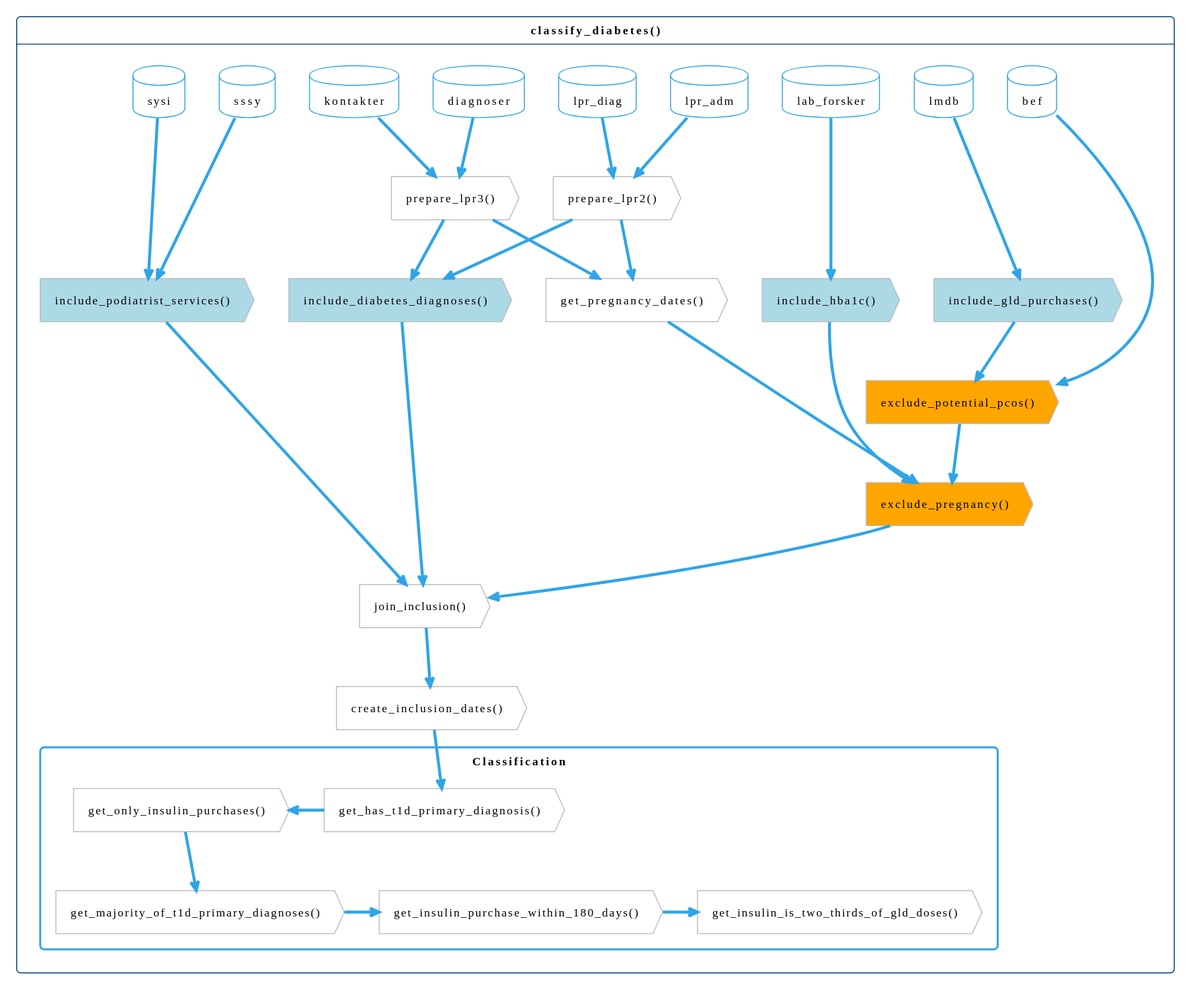
The PlantUML diagram vignettes/articles/function-flow.svg in steno-aarhus/osdc, before a commit.
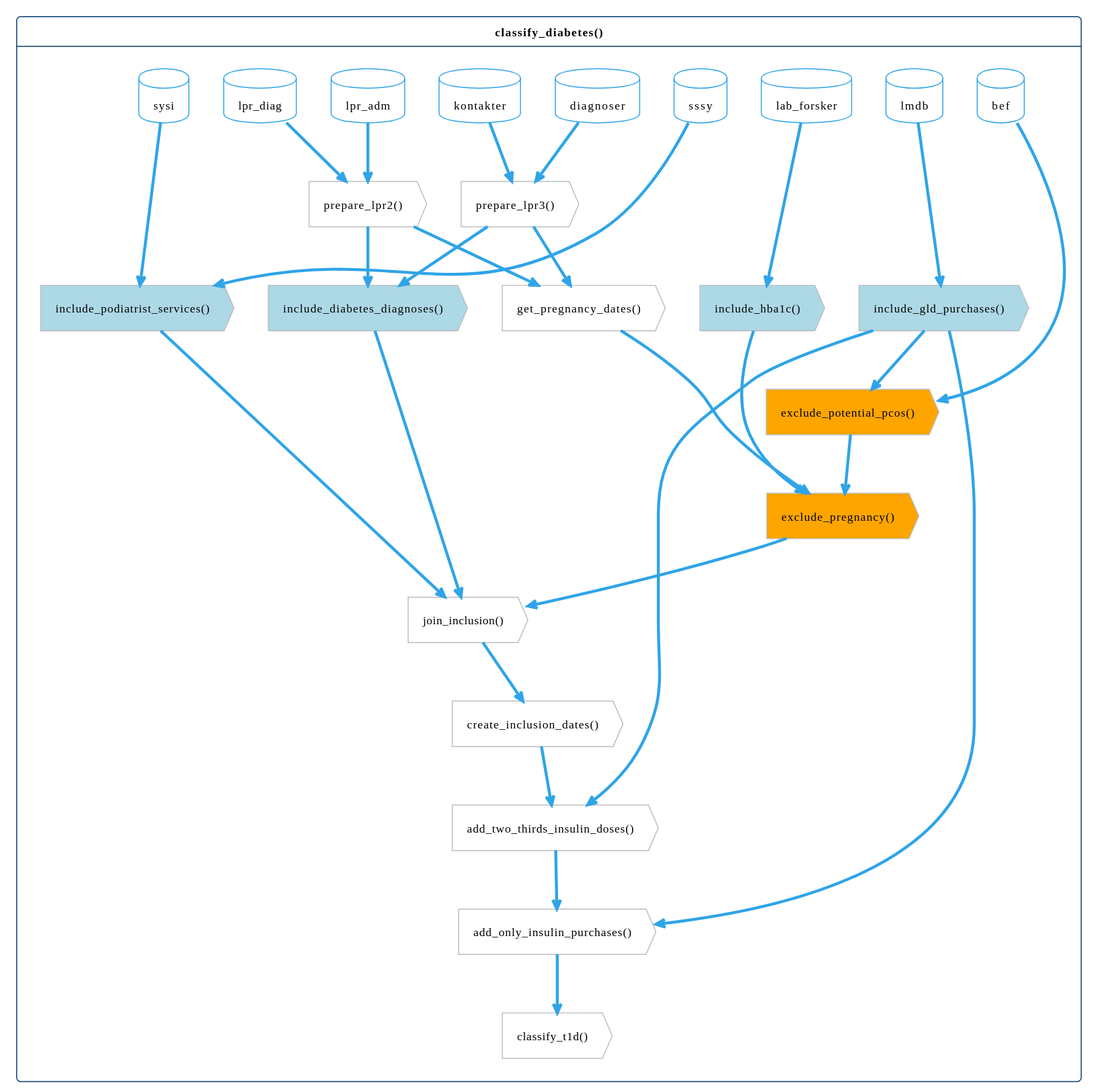
After the change.

Commit message:
docs: :memo: update function flow doc and image to latest (#310)

Change to the diagram source:
```diff
@@ -1,6 +1,91 @@
 @startuml
+!theme cerulean-outline
+<style>
+action, card, database, rectangle {
+    FontColor black
+}
+.inclusion {
+    BackgroundColor lightblue
+}
+.exclusion {
+    BackgroundColor orange
+}
+</style>
+
+hide <<inclusion>> stereotype
+hide <<exclusion>> stereotype
+
 card classify_diabetes() as cd {
-    !include function-flow-population.puml
-    !include function-flow-classification.puml
+  together {
+    database sssy
+    database sysi
+    database lpr_diag
+    database lpr_adm
+    database lmdb
+    database lab_forsker
+    database kontakter
+    database diagnoser
+    database bef
+  }
+
+  together {
+    action "prepare_lpr2()" as lpr2
+    action "prepare_lpr3()" as lpr3
+  }
+
+  together {
+    action "exclude_pregnancy()" as ex_pregnancy <<exclusion>>
+    action "exclude_potential_pcos()" as ex_pcos <<exclusion>>
+  }
+
+  together {
+    action "include_diabetes_diagnoses()" as in_diagnoses <<inclusion>>
+    action "include_hba1c()" as in_hba1c <<inclusion>>
+    action "include_podiatrist_services()" as in_podiatrist <<inclusion>>
+    action "include_gld_purchases()" as in_gld <<inclusion>>
+    action "get_pregnancy_dates()" as pregnancy
+  }
+
+  action "join_inclusion()" as join_inclusion
+
+  together {
+    action "create_inclusion_dates()" as inclusion_date
+    action "add_two_thirds_insulin_doses()" as add_two_thirds_insulin_doses
+    action "add_only_insulin_purchases()" as add_only_insulin_purchases
+    action "classify_t1d()" as classify_t1d
+  }
+
+  lpr_diag --> lpr2
+  lpr_adm --> lpr2
+  kontakter --> lpr3
+  diagnoser --> lpr3
+
+  sssy --> in_podiatrist
+  sysi --> in_podiatrist
+  in_podiatrist --> join_inclusion
+
+  lab_forsker --> in_hba1c
+  in_hba1c --> ex_pregnancy
+  ex_pregnancy --> join_inclusion
+
+  lmdb --> in_gld
+  in_gld --> ex_pcos
+  ex_pcos --> ex_pregnancy
+
+  lpr2 --> in_diagnoses
+  lpr3 --> in_diagnoses
+  in_diagnoses --> join_inclusion
+
+  bef --> ex_pcos
+  lpr2 --> pregnancy
+  lpr3 --> pregnancy
+  pregnancy --> ex_pregnancy
+  join_inclusion --> inclusion_date
+
+  inclusion_date --> add_two_thirds_insulin_doses
+  in_gld --> add_two_thirds_insulin_doses
+  add_two_thirds_insulin_doses --> add_only_insulin_purchases
+  in_gld --> add_only_insulin_purchases
+  add_only_insulin_purchases --> classify_t1d
 }
 @enduml
```
